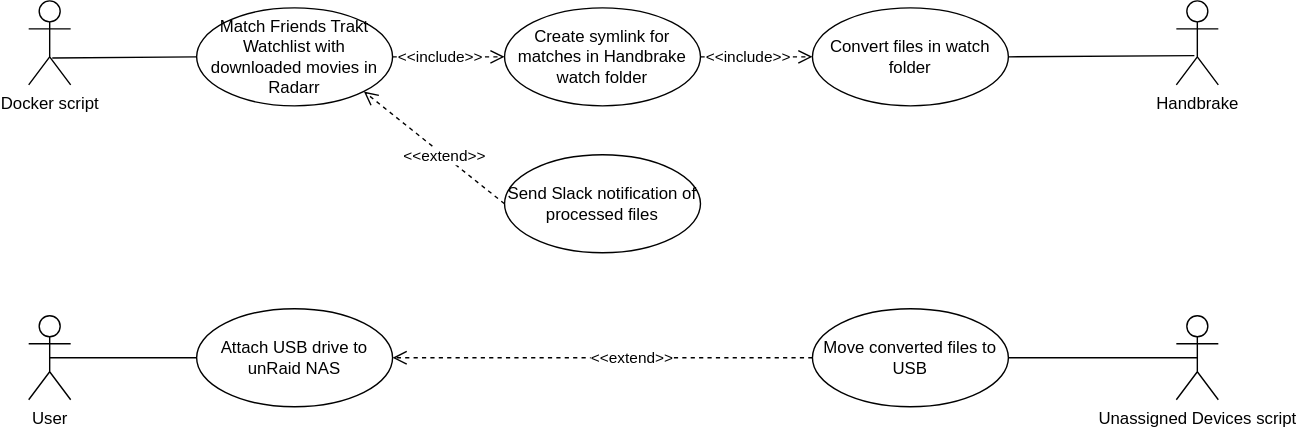
Earlier version of the draw.io export diagrams/Auto-convert-and-distribute-use-case-diagram.drawio.svg (jorgenjanssonlee/Auto-convert-and-distribute-media-files). Source tidied: cells renumbered, new cells last; positions are measured from the earlier drawing's top-left corner, leaving out a move shared by most shapes.
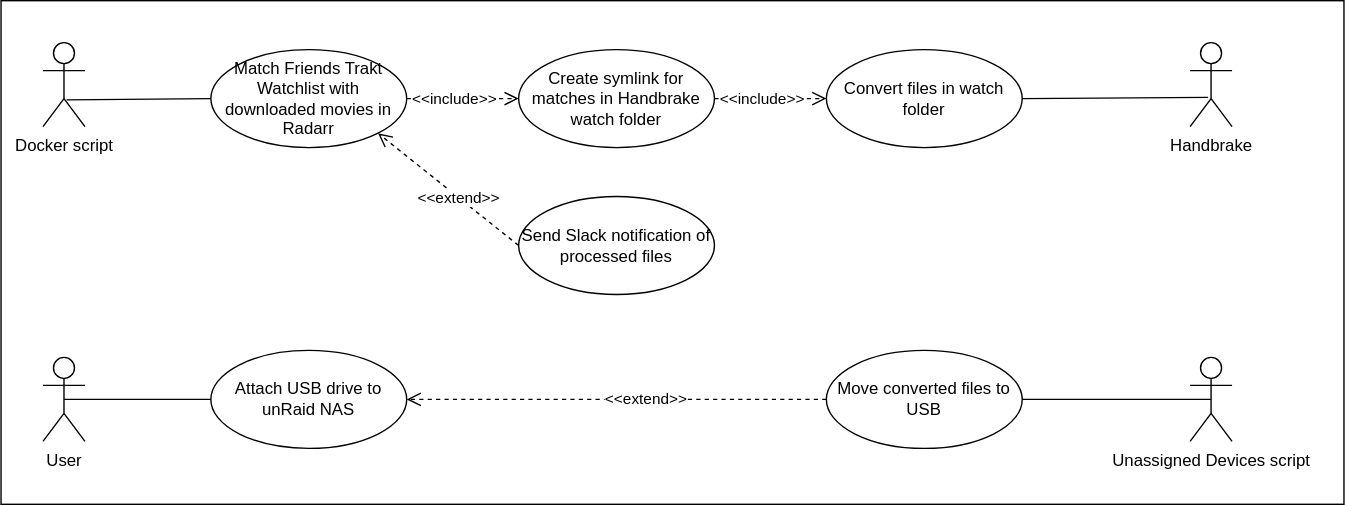
After the change.

Commit message:
added white bakground

Diff of the diagram source:
```diff
@@ -2,6 +2,9 @@
   <root>
     <mxCell id="0" />
     <mxCell id="1" parent="0" />
+    <mxCell id="20" style="rounded=0;whiteSpace=wrap;html=1;" parent="1" vertex="1">
+      <mxGeometry x="-30" y="-30" width="960" height="360" as="geometry" />
+    </mxCell>
     <mxCell id="2" value="&lt;div&gt;Handbrake&lt;/div&gt;" style="shape=umlActor;verticalLabelPosition=bottom;labelBackgroundColor=#ffffff;verticalAlign=top;html=1;" parent="1" vertex="1">
       <mxGeometry x="820" width="30" height="60" as="geometry" />
     </mxCell>
```
